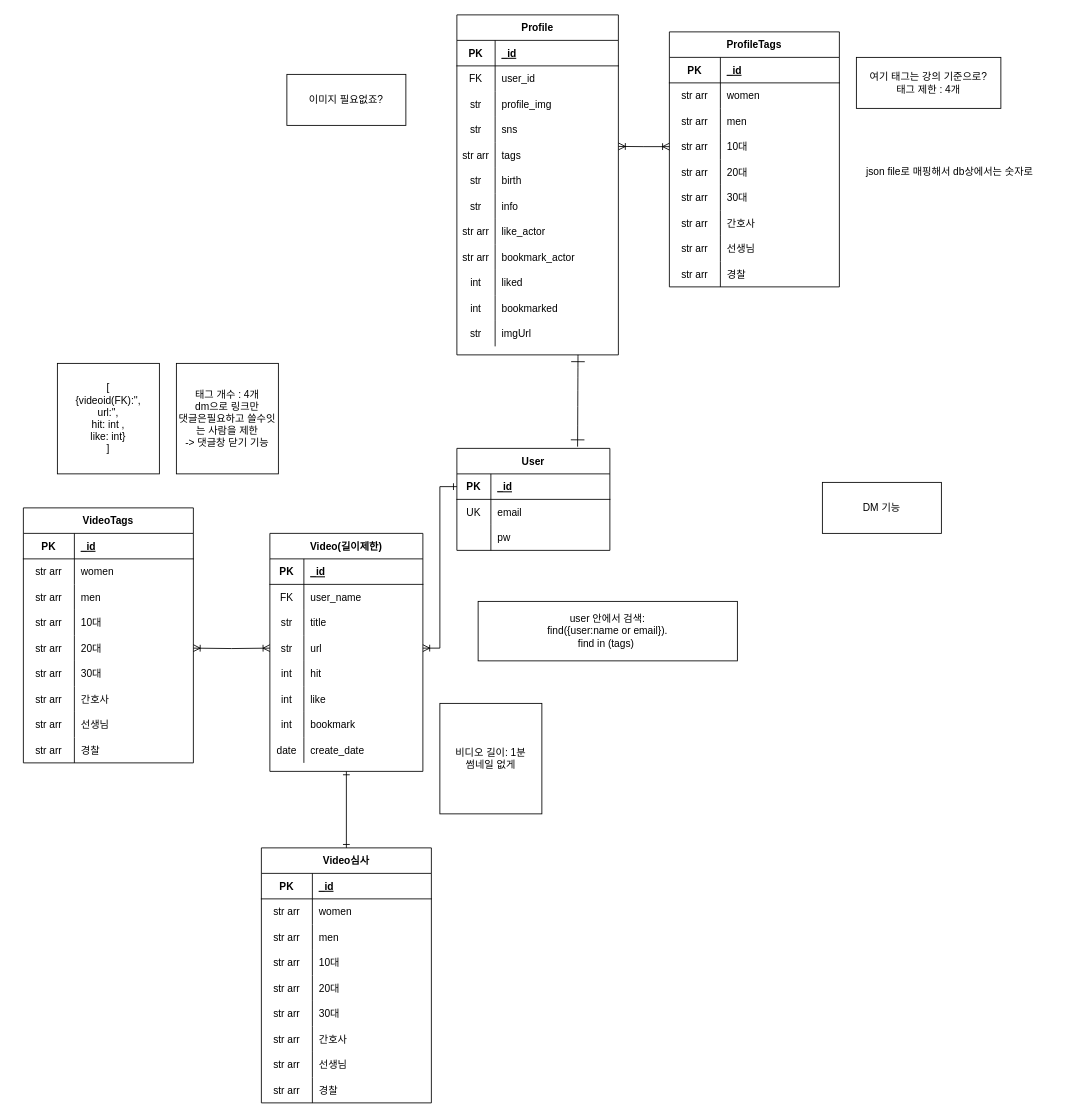
Before: cast2.drawio in wookyoon/cast, a draw.io diagram. Source tidied: cells renumbered, new cells numbered last; positions are measured from the earlier drawing's top-left corner, leaving out a move shared by most shapes. Both pictures are drawn from the tidied source at 85%, with x=0, y=0 at pixel (23, 14).
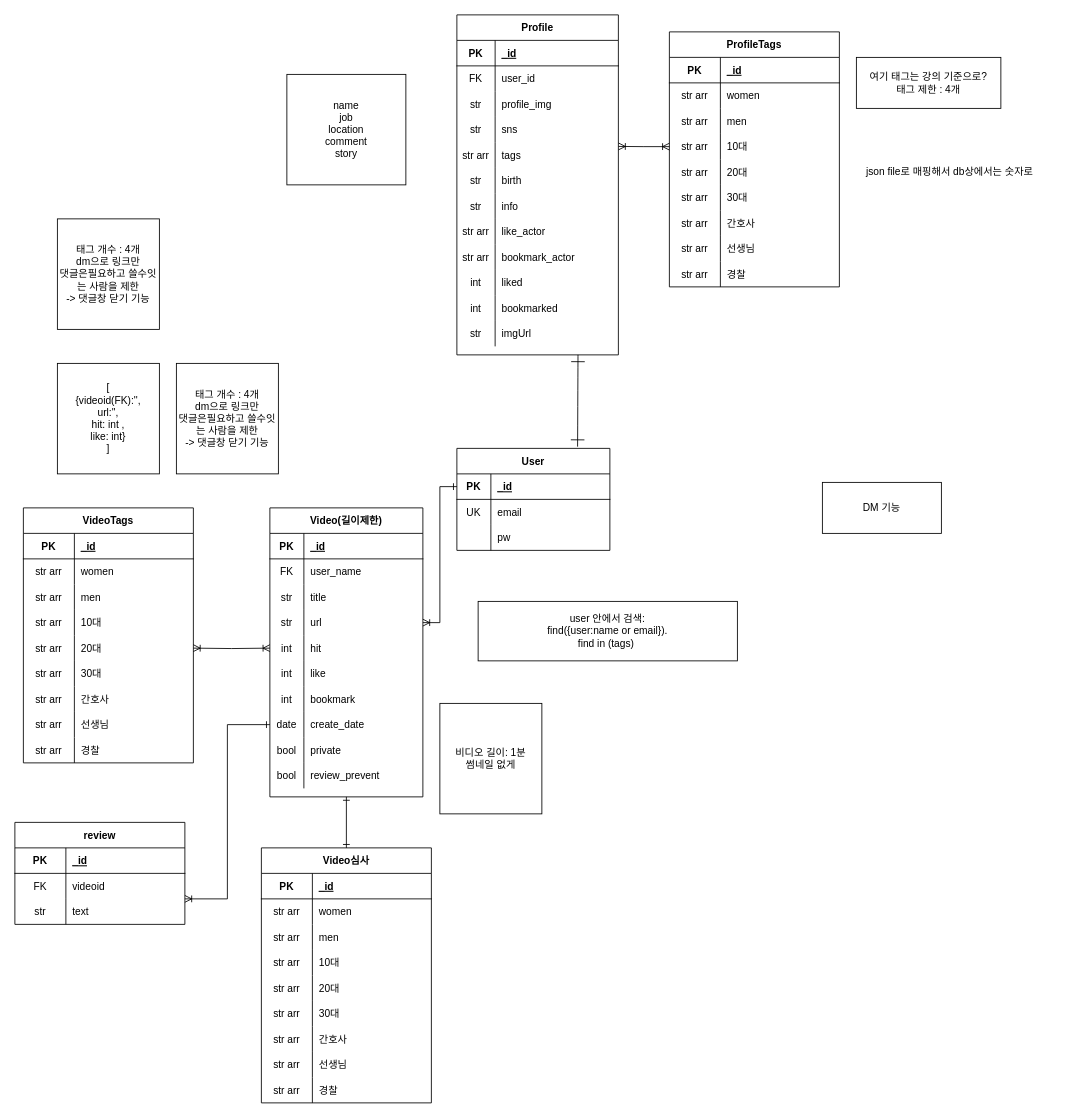
After the change.

Unchanged cells that the change refers to:
```xml
<mxCell id="73" style="shape=tableRow;horizontal=0;startSize=0;swimlaneHead=0;swimlaneBody=0;fillColor=none;points=[[0,0.5],[1,0.5]];portConstraint=eastwest;top=0;left=0;right=0;bottom=0;hachureGap=4;" parent="51" vertex="1">
  <mxGeometry y="240" width="180" height="30" as="geometry" />
</mxCell>
```

Change to the diagram source:
```diff
@@
     <mxCell id="51" value="Video(길이제한)" style="shape=table;startSize=30;childLayout=tableLayout;rowLines=0;fontStyle=1;align=center;hachureGap=4;" parent="1" vertex="1">
-      <mxGeometry x="290" y="610" width="180" height="280" as="geometry" />
+      <mxGeometry x="290" y="580" width="180" height="340" as="geometry" />
     </mxCell>
@@
+    <mxCell id="171" style="shape=tableRow;horizontal=0;startSize=0;swimlaneHead=0;swimlaneBody=0;fillColor=none;top=0;left=0;right=0;bottom=0;hachureGap=4;" parent="51" vertex="1">
+      <mxGeometry y="270" width="180" height="30" as="geometry" />
+    </mxCell>
+    <mxCell id="172" value="bool" style="shape=partialRectangle;fillColor=none;top=0;left=0;bottom=0;right=0;overflow=hidden;hachureGap=4;" parent="171" vertex="1">
+      <mxGeometry width="40" height="30" as="geometry" />
+    </mxCell>
+    <mxCell id="173" value="private" style="shape=partialRectangle;fillColor=none;top=0;left=0;bottom=0;right=0;align=left;spacingLeft=6;overflow=hidden;hachureGap=4;" parent="171" vertex="1">
+      <mxGeometry x="40" width="140" height="30" as="geometry" />
+    </mxCell>
+    <mxCell id="174" style="shape=tableRow;horizontal=0;startSize=0;swimlaneHead=0;swimlaneBody=0;fillColor=none;top=0;left=0;right=0;bottom=0;hachureGap=4;" parent="51" vertex="1">
+      <mxGeometry y="300" width="180" height="30" as="geometry" />
+    </mxCell>
+    <mxCell id="175" value="bool" style="shape=partialRectangle;fillColor=none;top=0;left=0;bottom=0;right=0;overflow=hidden;hachureGap=4;" parent="174" vertex="1">
+      <mxGeometry width="40" height="30" as="geometry" />
+    </mxCell>
+    <mxCell id="176" value="review_prevent" style="shape=partialRectangle;fillColor=none;top=0;left=0;bottom=0;right=0;align=left;spacingLeft=6;overflow=hidden;hachureGap=4;" parent="174" vertex="1">
+      <mxGeometry x="40" width="140" height="30" as="geometry" />
+    </mxCell>
@@
-    <mxCell id="108" value="이미지 필요없죠?" style="rounded=0;whiteSpace=wrap;html=1;" parent="1" vertex="1">
-      <mxGeometry x="310" y="70" width="140" height="60" as="geometry" />
+    <mxCell id="108" value="name&lt;br&gt;job&lt;br&gt;location&lt;br&gt;comment&lt;br&gt;story" style="rounded=0;whiteSpace=wrap;html=1;" parent="1" vertex="1">
+      <mxGeometry x="310" y="70" width="140" height="130" as="geometry" />
     </mxCell>
@@
+    <mxCell id="177" value="review" style="shape=table;startSize=30;childLayout=tableLayout;rowLines=0;fontStyle=1;align=center;hachureGap=4;" parent="1" vertex="1">
+      <mxGeometry x="-10" y="950" width="200" height="120" as="geometry" />
+    </mxCell>
+    <mxCell id="178" style="shape=tableRow;horizontal=0;startSize=0;swimlaneHead=0;swimlaneBody=0;fillColor=none;top=0;left=0;right=0;bottom=1;hachureGap=4;" parent="177" vertex="1">
+      <mxGeometry y="30" width="200" height="30" as="geometry" />
+    </mxCell>
+    <mxCell id="179" value="PK" style="shape=partialRectangle;fillColor=none;top=0;left=0;bottom=0;right=0;fontStyle=1;overflow=hidden;hachureGap=4;" parent="178" vertex="1">
+      <mxGeometry width="60" height="30" as="geometry" />
+    </mxCell>
+    <mxCell id="180" value="_id" style="shape=partialRectangle;fillColor=none;top=0;left=0;bottom=0;right=0;align=left;spacingLeft=6;fontStyle=5;overflow=hidden;hachureGap=4;" parent="178" vertex="1">
+      <mxGeometry x="60" width="140" height="30" as="geometry" />
+    </mxCell>
+    <mxCell id="181" style="shape=tableRow;horizontal=0;startSize=0;swimlaneHead=0;swimlaneBody=0;fillColor=none;top=0;left=0;right=0;bottom=0;hachureGap=4;" parent="177" vertex="1">
+      <mxGeometry y="60" width="200" height="30" as="geometry" />
+    </mxCell>
+    <mxCell id="182" value="FK" style="shape=partialRectangle;fillColor=none;top=0;left=0;bottom=0;right=0;overflow=hidden;hachureGap=4;" parent="181" vertex="1">
+      <mxGeometry width="60" height="30" as="geometry" />
+    </mxCell>
+    <mxCell id="183" value="videoid" style="shape=partialRectangle;fillColor=none;top=0;left=0;bottom=0;right=0;align=left;spacingLeft=6;overflow=hidden;hachureGap=4;" parent="181" vertex="1">
+      <mxGeometry x="60" width="140" height="30" as="geometry" />
+    </mxCell>
+    <mxCell id="184" style="shape=tableRow;horizontal=0;startSize=0;swimlaneHead=0;swimlaneBody=0;fillColor=none;top=0;left=0;right=0;bottom=0;hachureGap=4;" parent="177" vertex="1">
+      <mxGeometry y="90" width="200" height="30" as="geometry" />
+    </mxCell>
+    <mxCell id="185" value="str" style="shape=partialRectangle;fillColor=none;top=0;left=0;bottom=0;right=0;overflow=hidden;hachureGap=4;" parent="184" vertex="1">
+      <mxGeometry width="60" height="30" as="geometry" />
+    </mxCell>
+    <mxCell id="186" value="text" style="shape=partialRectangle;fillColor=none;top=0;left=0;bottom=0;right=0;align=left;spacingLeft=6;overflow=hidden;hachureGap=4;" parent="184" vertex="1">
+      <mxGeometry x="60" width="140" height="30" as="geometry" />
+    </mxCell>
+    <mxCell id="187" value="태그 개수 : 4개&lt;br&gt;dm으로 링크만&lt;br&gt;댓글은필요하고 쓸수잇는 사람을 제한&lt;br&gt;-&amp;gt; 댓글창 닫기 기능" style="rounded=0;whiteSpace=wrap;html=1;" parent="1" vertex="1">
+      <mxGeometry x="40" y="240" width="120" height="130" as="geometry" />
+    </mxCell>
+    <mxCell id="188" style="edgeStyle=orthogonalEdgeStyle;rounded=0;jettySize=auto;html=1;exitX=0;exitY=0.5;exitDx=0;exitDy=0;entryX=1;entryY=0.75;entryDx=0;entryDy=0;startArrow=ERone;startFill=0;endArrow=ERoneToMany;endFill=0;" parent="1" edge="1" source="73" target="177">
+      <mxGeometry relative="1" as="geometry" />
+    </mxCell>
```
